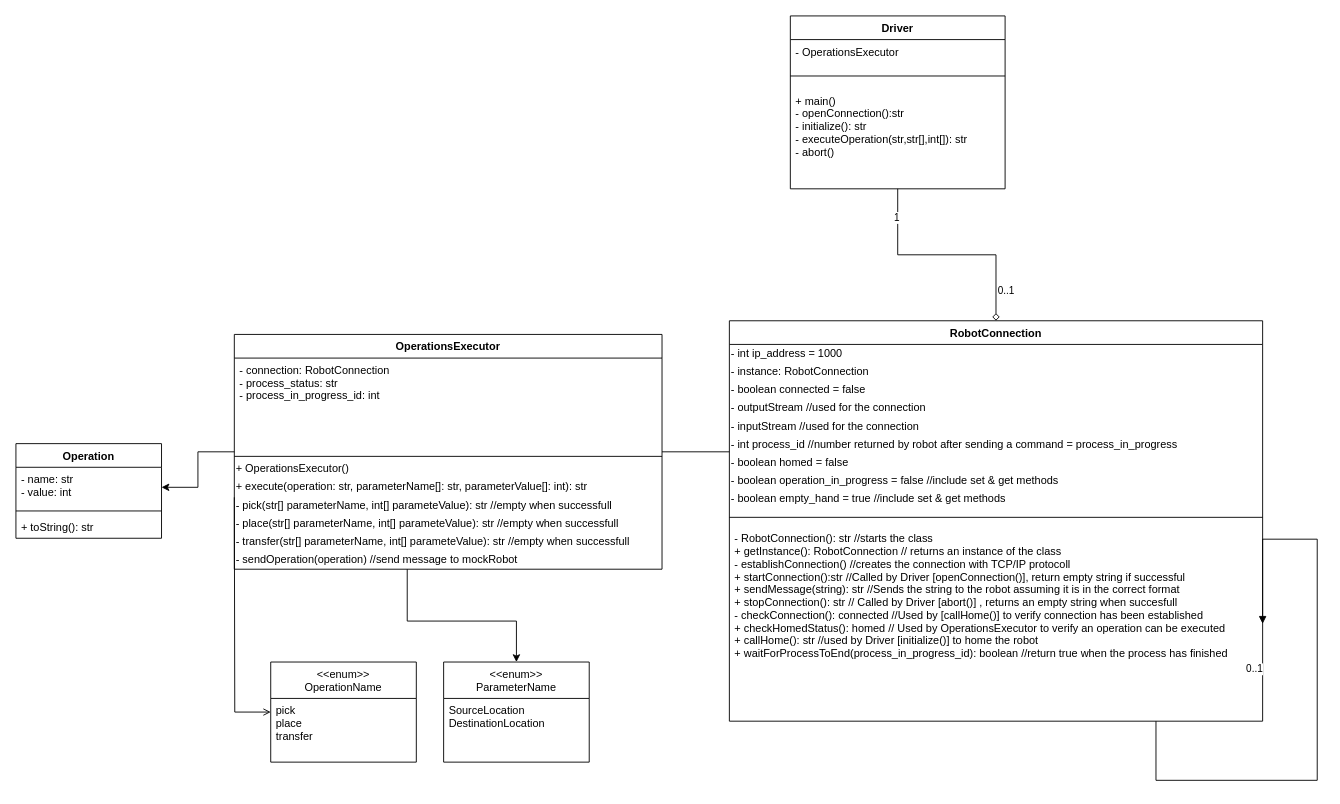
CristinaRiveraV/MockRobot_Device_Driver keeps this draw.io diagram as Documentation/Driver Class Diagram.drawio. Above is the earlier version. Source tidied: cells renumbered, new cells numbered last; positions are measured from the earlier drawing's top-left corner, leaving out a move shared by most shapes. Both pictures are drawn from the tidied source at 91%, with x=0, y=0 at pixel (15, 15).
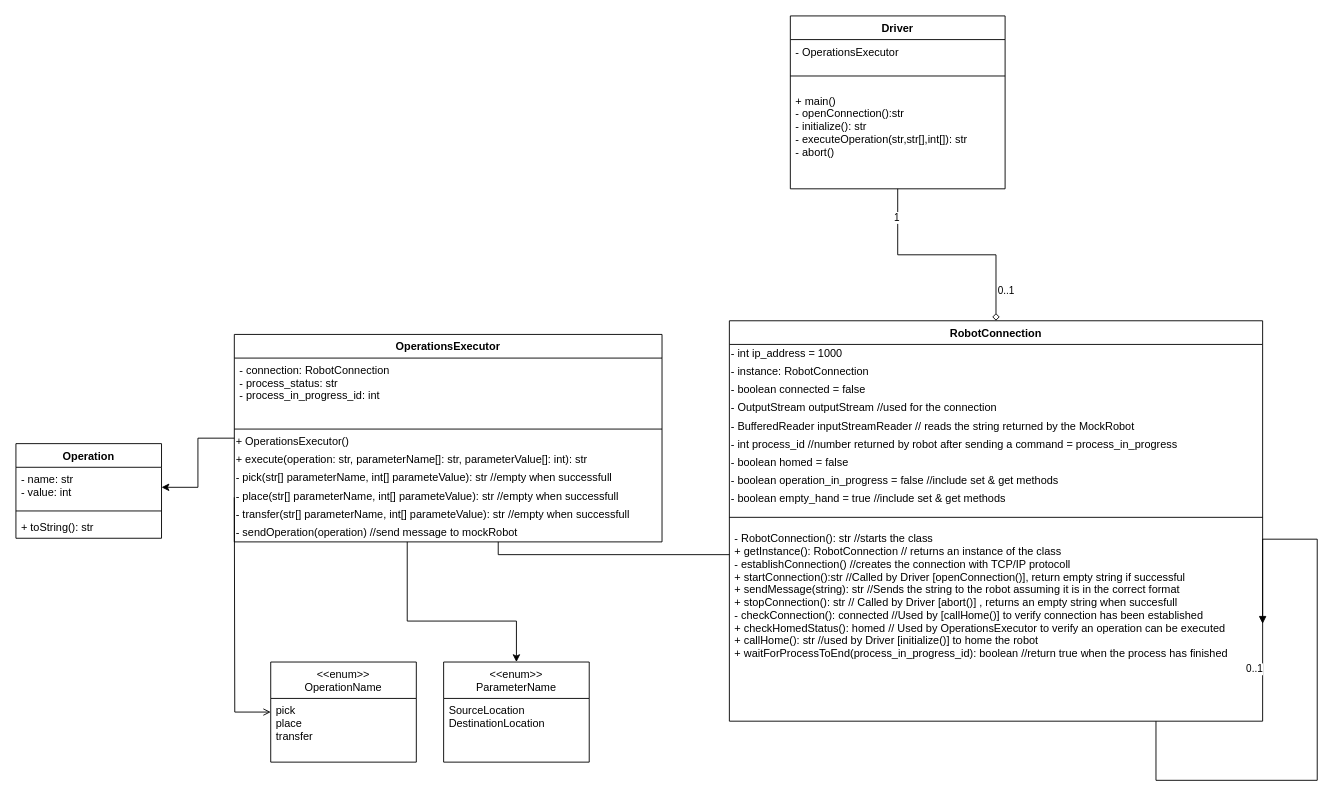
Above is the later version.

Unchanged cells that the change refers to:
```xml
<mxCell id="6" value="RobotConnection" style="swimlane;fontStyle=1;align=center;verticalAlign=top;horizontal=1;startSize=26;" parent="1" vertex="1">
  <mxGeometry x="784" y="335" width="586" height="440" as="geometry" />
</mxCell>
```

Diff of the diagram source:
```diff
@@
-    <mxCell id="10" value="&lt;span&gt;- outputStream //used for the connection&lt;/span&gt;" style="text;html=1;strokeColor=none;fillColor=none;align=left;verticalAlign=middle;whiteSpace=wrap;rounded=0;labelBackgroundColor=none;" parent="6" vertex="1">
+    <mxCell id="10" value="&lt;span&gt;- OutputStream outputStream //used for the connection&lt;/span&gt;" style="text;html=1;strokeColor=none;fillColor=none;align=left;verticalAlign=middle;whiteSpace=wrap;rounded=0;labelBackgroundColor=none;" parent="6" vertex="1">
       <mxGeometry y="86" width="586" height="20" as="geometry" />
     </mxCell>
-    <mxCell id="11" value="&lt;span&gt;- inputStream //used for the connection&lt;/span&gt;" style="text;html=1;strokeColor=none;fillColor=none;align=left;verticalAlign=middle;whiteSpace=wrap;rounded=0;labelBackgroundColor=none;" parent="6" vertex="1">
+    <mxCell id="11" value="&lt;span&gt;- BufferedReader inputStreamReader // reads the string returned by the MockRobot&lt;/span&gt;" style="text;html=1;strokeColor=none;fillColor=none;align=left;verticalAlign=middle;whiteSpace=wrap;rounded=0;labelBackgroundColor=none;" parent="6" vertex="1">
       <mxGeometry y="106" width="586" height="20" as="geometry" />
     </mxCell>
@@
     <mxCell id="26" value="OperationsExecutor" style="swimlane;fontStyle=1;align=center;verticalAlign=top;horizontal=1;startSize=26;" parent="1" vertex="1">
-      <mxGeometry x="240" y="350" width="470" height="258" as="geometry" />
+      <mxGeometry x="240" y="350" width="470" height="228" as="geometry" />
     </mxCell>
     <mxCell id="27" value="- connection: RobotConnection&#10;- process_status: str&#10;- process_in_progress_id: int&#10;" style="text;strokeColor=none;fillColor=none;align=left;verticalAlign=top;spacingLeft=4;spacingRight=4;overflow=hidden;" parent="26" vertex="1">
-      <mxGeometry y="26" width="470" height="104" as="geometry" />
+      <mxGeometry y="26" width="470" height="74" as="geometry" />
     </mxCell>
     <mxCell id="28" style="line;strokeWidth=1;fillColor=none;align=left;verticalAlign=middle;spacingTop=-1;spacingLeft=3;spacingRight=3;labelPosition=right;" parent="26" vertex="1">
-      <mxGeometry y="130" width="470" height="8" as="geometry" />
+      <mxGeometry y="100" width="470" height="8" as="geometry" />
     </mxCell>
     <mxCell id="29" value="+ OperationsExecutor()" style="text;html=1;strokeColor=none;fillColor=none;align=left;verticalAlign=middle;whiteSpace=wrap;rounded=0;labelBackgroundColor=none;" parent="26" vertex="1">
-      <mxGeometry y="138" width="470" height="20" as="geometry" />
+      <mxGeometry y="108" width="470" height="20" as="geometry" />
     </mxCell>
     <mxCell id="30" value="&lt;span&gt;+ execute(operation: str, parameterName[]: str, parameterValue[]: int): str&lt;/span&gt;" style="text;html=1;strokeColor=none;fillColor=none;align=left;verticalAlign=middle;whiteSpace=wrap;rounded=0;labelBackgroundColor=none;" parent="26" vertex="1">
-      <mxGeometry y="158" width="470" height="20" as="geometry" />
+      <mxGeometry y="128" width="470" height="20" as="geometry" />
     </mxCell>
     <mxCell id="31" value="&lt;span&gt;- pick(str[] parameterName, int[] parameteValue): str //empty when successfull&lt;/span&gt;" style="text;html=1;strokeColor=none;fillColor=none;align=left;verticalAlign=middle;whiteSpace=wrap;rounded=0;labelBackgroundColor=none;" parent="26" vertex="1">
-      <mxGeometry y="178" width="470" height="20" as="geometry" />
+      <mxGeometry y="148" width="470" height="20" as="geometry" />
     </mxCell>
     <mxCell id="32" value="&lt;span&gt;- place(str[] parameterName, int[] parameteValue): str //empty when successfull&lt;/span&gt;" style="text;html=1;strokeColor=none;fillColor=none;align=left;verticalAlign=middle;whiteSpace=wrap;rounded=0;labelBackgroundColor=none;" parent="26" vertex="1">
-      <mxGeometry y="198" width="470" height="20" as="geometry" />
+      <mxGeometry y="168" width="470" height="20" as="geometry" />
     </mxCell>
     <mxCell id="33" value="&lt;span&gt;- transfer(str[] parameterName, int[] parameteValue): str //empty when successfull&lt;/span&gt;" style="text;html=1;strokeColor=none;fillColor=none;align=left;verticalAlign=middle;whiteSpace=wrap;rounded=0;labelBackgroundColor=none;" parent="26" vertex="1">
-      <mxGeometry y="218" width="470" height="20" as="geometry" />
+      <mxGeometry y="188" width="470" height="20" as="geometry" />
     </mxCell>
     <mxCell id="34" value="- sendOperation(operation) //send message to mockRobot" style="text;html=1;strokeColor=none;fillColor=none;align=left;verticalAlign=middle;whiteSpace=wrap;rounded=0;labelBackgroundColor=none;" parent="26" vertex="1">
-      <mxGeometry y="238" width="470" height="20" as="geometry" />
+      <mxGeometry y="208" width="470" height="20" as="geometry" />
     </mxCell>
```
